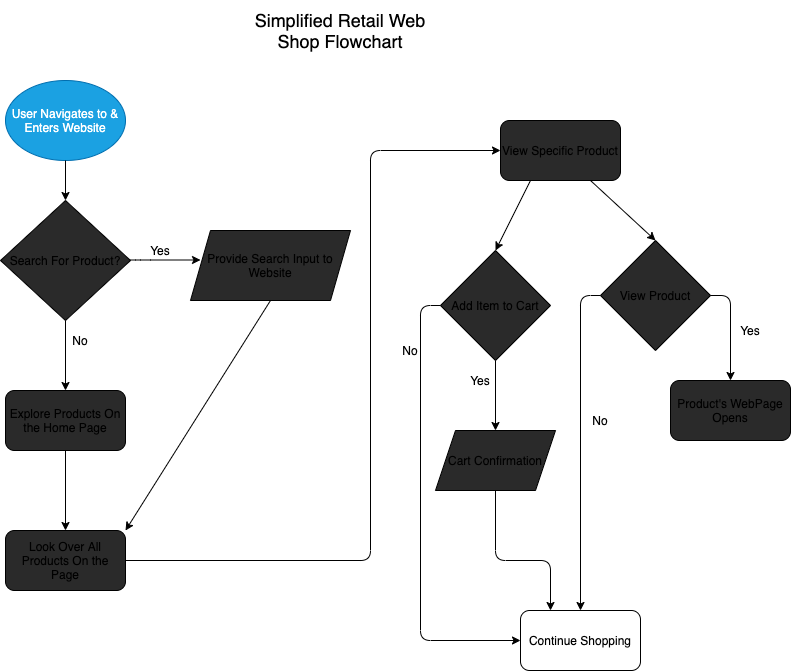
This is part2/part2.drawio.png from aksharans/sp21-cse110-lab4, a draw.io export, as it was before one commit. Source tidied: cells renumbered, new cells last; positions are measured from the earlier drawing's top-left corner, leaving out a move shared by most shapes.
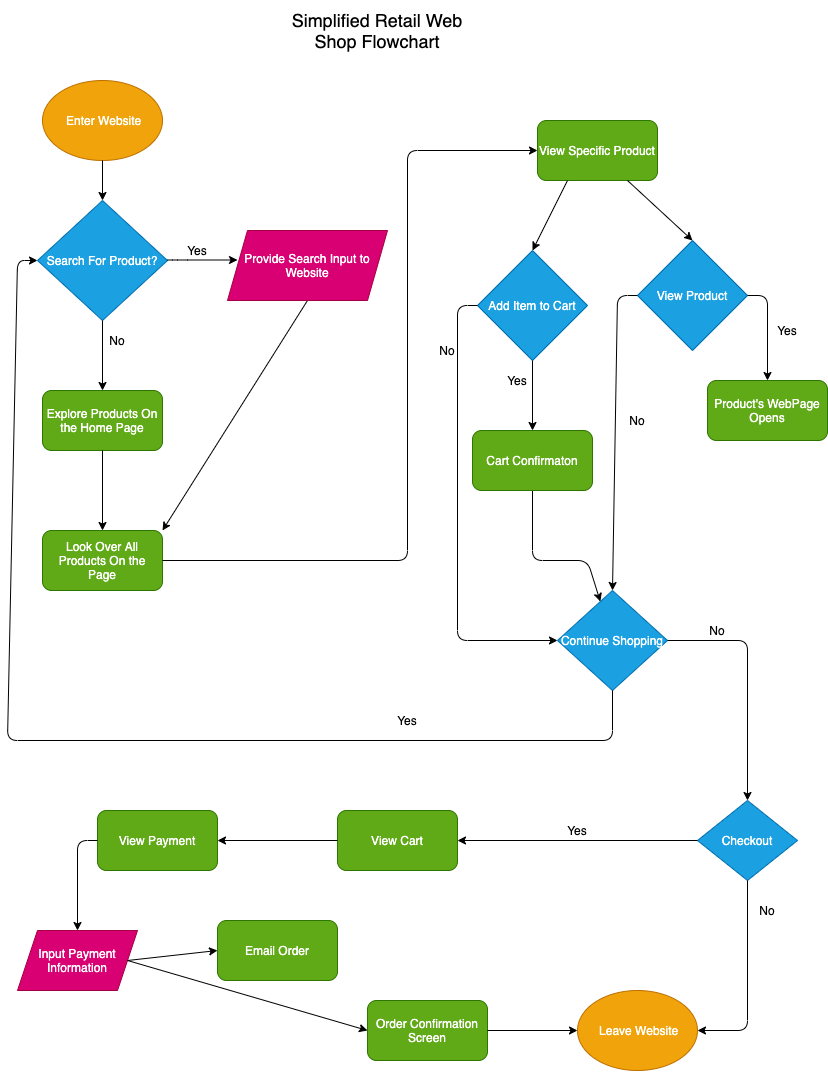
Later version of the same file.

Diff of the diagram source:
```diff
@@ -5,10 +5,10 @@
     <mxCell id="2" value="&lt;font style=&quot;font-size: 18px&quot; color=&quot;#000000&quot;&gt;Simplified Retail Web Shop Flowchart&lt;/font&gt;" style="text;html=1;strokeColor=none;fillColor=none;align=center;verticalAlign=middle;whiteSpace=wrap;rounded=0;" parent="1" vertex="1">
       <mxGeometry x="250" width="180" height="60" as="geometry" />
     </mxCell>
-    <mxCell id="3" value="User Navigates to &amp;amp; Enters Website" style="ellipse;whiteSpace=wrap;html=1;fillColor=#1ba1e2;strokeColor=#006EAF;fontColor=#ffffff;" parent="1" vertex="1">
+    <mxCell id="3" value="&amp;nbsp;Enter Website" style="ellipse;whiteSpace=wrap;html=1;fillColor=#f0a30a;strokeColor=#BD7000;fontColor=#ffffff;" parent="1" vertex="1">
       <mxGeometry x="5" y="80" width="120" height="80" as="geometry" />
     </mxCell>
-    <mxCell id="4" value="Search For Product?" style="rhombus;whiteSpace=wrap;html=1;fillColor=#2A2A2A;" parent="1" vertex="1">
+    <mxCell id="4" value="Search For Product?" style="rhombus;whiteSpace=wrap;html=1;fillColor=#1ba1e2;strokeColor=#006EAF;fontColor=#ffffff;" parent="1" vertex="1">
       <mxGeometry y="200" width="130" height="120" as="geometry" />
     </mxCell>
     <mxCell id="5" style="endArrow=classic;html=1;strokeColor=#000000;" parent="1" edge="1">
@@ -35,13 +35,13 @@
     <mxCell id="10" style="endArrow=classic;html=1;entryX=1;entryY=0;entryDx=0;entryDy=0;exitX=0.5;exitY=1;exitDx=0;exitDy=0;strokeColor=#000000;" parent="1" edge="1" source="13" target="11">
       <mxGeometry relative="1" as="geometry" />
     </mxCell>
-    <mxCell id="11" value="Look Over All Products On the Page" style="rounded=1;whiteSpace=wrap;html=1;fillColor=#2A2A2A;" parent="1" vertex="1">
+    <mxCell id="11" value="Look Over All Products On the Page" style="rounded=1;whiteSpace=wrap;html=1;fillColor=#60a917;strokeColor=#2D7600;fontColor=#ffffff;" parent="1" vertex="1">
       <mxGeometry x="5" y="530" width="120" height="60" as="geometry" />
     </mxCell>
-    <mxCell id="12" value="Explore Products On the Home Page" style="rounded=1;whiteSpace=wrap;html=1;fillColor=#2A2A2A;" parent="1" vertex="1">
+    <mxCell id="12" value="Explore Products On the Home Page" style="rounded=1;whiteSpace=wrap;html=1;fillColor=#60a917;strokeColor=#2D7600;fontColor=#ffffff;" parent="1" vertex="1">
       <mxGeometry x="5" y="390" width="120" height="60" as="geometry" />
     </mxCell>
-    <mxCell id="13" value="&lt;span&gt;Provide Search Input to Website&lt;/span&gt;" style="shape=parallelogram;perimeter=parallelogramPerimeter;whiteSpace=wrap;html=1;fixedSize=1;fillColor=#2A2A2A;" parent="1" vertex="1">
+    <mxCell id="13" value="&lt;span&gt;Provide Search Input to Website&lt;/span&gt;" style="shape=parallelogram;perimeter=parallelogramPerimeter;whiteSpace=wrap;html=1;fixedSize=1;fillColor=#d80073;strokeColor=#A50040;fontColor=#ffffff;" parent="1" vertex="1">
       <mxGeometry x="190" y="230" width="160" height="70" as="geometry" />
     </mxCell>
     <mxCell id="14" style="endArrow=classic;html=1;exitX=0.5;exitY=1;exitDx=0;exitDy=0;entryX=0.5;entryY=0;entryDx=0;entryDy=0;strokeColor=#000000;" parent="1" edge="1" source="12" target="11">
@@ -55,13 +55,13 @@
         </Array>
       </mxGeometry>
     </mxCell>
-    <mxCell id="16" value="View Specific Product" style="rounded=1;whiteSpace=wrap;html=1;fillColor=#2A2A2A;" parent="1" vertex="1">
+    <mxCell id="16" value="View Specific Product" style="rounded=1;whiteSpace=wrap;html=1;fillColor=#60a917;strokeColor=#2D7600;fontColor=#ffffff;" parent="1" vertex="1">
       <mxGeometry x="500" y="120" width="120" height="60" as="geometry" />
     </mxCell>
-    <mxCell id="17" value="Add Item to Cart" style="rhombus;whiteSpace=wrap;html=1;fillColor=#2A2A2A;" parent="1" vertex="1">
+    <mxCell id="17" value="Add Item to Cart" style="rhombus;whiteSpace=wrap;html=1;fillColor=#1ba1e2;strokeColor=#006EAF;fontColor=#ffffff;" parent="1" vertex="1">
       <mxGeometry x="440" y="250" width="110" height="110" as="geometry" />
     </mxCell>
-    <mxCell id="18" value="View Product" style="rhombus;whiteSpace=wrap;html=1;fillColor=#2A2A2A;" parent="1" vertex="1">
+    <mxCell id="18" value="View Product" style="rhombus;whiteSpace=wrap;html=1;fillColor=#1ba1e2;strokeColor=#006EAF;fontColor=#ffffff;" parent="1" vertex="1">
       <mxGeometry x="600" y="240" width="110" height="110" as="geometry" />
     </mxCell>
     <mxCell id="19" style="endArrow=classic;html=1;exitX=0.25;exitY=1;exitDx=0;exitDy=0;entryX=0.5;entryY=0;entryDx=0;entryDy=0;strokeColor=#000000;" parent="1" edge="1" source="16" target="17">
@@ -81,7 +81,7 @@
     <mxCell id="23" value="&lt;font color=&quot;#000000&quot;&gt;Yes&lt;/font&gt;" style="text;html=1;strokeColor=none;fillColor=none;align=center;verticalAlign=middle;whiteSpace=wrap;rounded=0;" parent="1" vertex="1">
       <mxGeometry x="460" y="370" width="40" height="20" as="geometry" />
     </mxCell>
-    <mxCell id="24" value="Product's WebPage Opens" style="rounded=1;whiteSpace=wrap;html=1;fillColor=#2A2A2A;" parent="1" vertex="1">
+    <mxCell id="24" value="Product's WebPage Opens" style="rounded=1;whiteSpace=wrap;html=1;fillColor=#60a917;strokeColor=#2D7600;fontColor=#ffffff;" parent="1" vertex="1">
       <mxGeometry x="670" y="380" width="120" height="60" as="geometry" />
     </mxCell>
     <mxCell id="25" style="endArrow=classic;html=1;exitX=1;exitY=0.5;exitDx=0;exitDy=0;entryX=0.5;entryY=0;entryDx=0;entryDy=0;strokeColor=#000000;" parent="1" edge="1" source="18" target="24">
@@ -97,20 +97,14 @@
     <mxCell id="27" value="&lt;font color=&quot;#000000&quot;&gt;No&lt;/font&gt;" style="text;html=1;strokeColor=none;fillColor=none;align=center;verticalAlign=middle;whiteSpace=wrap;rounded=0;" parent="1" vertex="1">
       <mxGeometry x="580" y="410" width="40" height="20" as="geometry" />
     </mxCell>
-    <mxCell id="28" style="endArrow=classic;html=1;exitX=0;exitY=0.5;exitDx=0;exitDy=0;strokeColor=#000000;" parent="1" edge="1" source="18" target="29">
+    <mxCell id="28" style="endArrow=classic;html=1;exitX=0;exitY=0.5;exitDx=0;exitDy=0;strokeColor=#000000;entryX=0.5;entryY=0;entryDx=0;entryDy=0;" parent="1" edge="1" source="18" target="29">
       <mxGeometry relative="1" as="geometry">
         <Array as="points">
           <mxPoint x="580" y="295" />
         </Array>
       </mxGeometry>
     </mxCell>
-    <mxCell id="29" value="Continue Shopping" style="rounded=1;whiteSpace=wrap;html=1;" parent="1" vertex="1">
-      <mxGeometry x="520" y="610" width="120" height="60" as="geometry" />
-    </mxCell>
-    <mxCell id="30" value="Cart Confirmation" style="shape=parallelogram;perimeter=parallelogramPerimeter;whiteSpace=wrap;html=1;fixedSize=1;fillColor=#2A2A2A;" parent="1" vertex="1">
-      <mxGeometry x="435" y="430" width="120" height="60" as="geometry" />
-    </mxCell>
-    <mxCell id="31" style="endArrow=classic;html=1;exitX=0;exitY=0.5;exitDx=0;exitDy=0;entryX=0;entryY=0.5;entryDx=0;entryDy=0;strokeColor=#000000;" parent="1" edge="1" source="17" target="29">
+    <mxCell id="31" style="endArrow=classic;html=1;exitX=0;exitY=0.5;exitDx=0;exitDy=0;strokeColor=#000000;entryX=0;entryY=0.5;entryDx=0;entryDy=0;" parent="1" edge="1" source="17" target="29">
       <mxGeometry relative="1" as="geometry">
         <Array as="points">
           <mxPoint x="420" y="305" />
@@ -118,7 +112,7 @@
         </Array>
       </mxGeometry>
     </mxCell>
-    <mxCell id="32" style="endArrow=classic;html=1;exitX=0.5;exitY=1;exitDx=0;exitDy=0;entryX=0.25;entryY=0;entryDx=0;entryDy=0;strokeColor=#000000;" parent="1" edge="1" source="30" target="29">
+    <mxCell id="32" style="endArrow=classic;html=1;strokeColor=#000000;exitX=0.5;exitY=1;exitDx=0;exitDy=0;" parent="1" edge="1" source="46" target="29">
       <mxGeometry relative="1" as="geometry">
         <Array as="points">
           <mxPoint x="495" y="560" />
@@ -126,5 +120,98 @@
         </Array>
       </mxGeometry>
     </mxCell>
+    <mxCell id="29" value="Continue Shopping" style="rhombus;whiteSpace=wrap;html=1;fillColor=#1ba1e2;strokeColor=#006EAF;fontColor=#ffffff;" parent="1" vertex="1">
+      <mxGeometry x="520" y="590" width="110" height="100" as="geometry" />
+    </mxCell>
+    <mxCell id="33" style="endArrow=classic;html=1;strokeColor=#000000;exitX=0.5;exitY=1;exitDx=0;exitDy=0;entryX=0;entryY=0.5;entryDx=0;entryDy=0;" parent="1" edge="1" source="29" target="4">
+      <mxGeometry relative="1" as="geometry">
+        <Array as="points">
+          <mxPoint x="575" y="740" />
+          <mxPoint x="-30" y="740" />
+          <mxPoint x="-20" y="260" />
+        </Array>
+      </mxGeometry>
+    </mxCell>
+    <mxCell id="34" value="&lt;font color=&quot;#000000&quot;&gt;Yes&lt;/font&gt;" style="text;html=1;strokeColor=none;fillColor=none;align=center;verticalAlign=middle;whiteSpace=wrap;rounded=0;" parent="1" vertex="1">
+      <mxGeometry x="350" y="710" width="40" height="20" as="geometry" />
+    </mxCell>
+    <mxCell id="35" style="endArrow=classic;html=1;strokeColor=#000000;exitX=1;exitY=0.5;exitDx=0;exitDy=0;entryX=0.5;entryY=0;entryDx=0;entryDy=0;" parent="1" edge="1" source="29" target="36">
+      <mxGeometry relative="1" as="geometry">
+        <Array as="points">
+          <mxPoint x="710" y="640" />
+        </Array>
+      </mxGeometry>
+    </mxCell>
+    <mxCell id="36" value="Checkout" style="rhombus;whiteSpace=wrap;html=1;fillColor=#1ba1e2;strokeColor=#006EAF;fontColor=#ffffff;" parent="1" vertex="1">
+      <mxGeometry x="660" y="800" width="100" height="80" as="geometry" />
+    </mxCell>
+    <mxCell id="37" value="&amp;nbsp;Leave Website" style="ellipse;whiteSpace=wrap;html=1;fillColor=#f0a30a;strokeColor=#BD7000;fontColor=#ffffff;" parent="1" vertex="1">
+      <mxGeometry x="540" y="990" width="120" height="80" as="geometry" />
+    </mxCell>
+    <mxCell id="38" style="endArrow=classic;html=1;strokeColor=#000000;exitX=0.5;exitY=1;exitDx=0;exitDy=0;entryX=1;entryY=0.5;entryDx=0;entryDy=0;" parent="1" edge="1" source="36" target="37">
+      <mxGeometry relative="1" as="geometry">
+        <Array as="points">
+          <mxPoint x="710" y="1030" />
+        </Array>
+      </mxGeometry>
+    </mxCell>
+    <mxCell id="39" value="&lt;font color=&quot;#000000&quot;&gt;No&lt;/font&gt;" style="text;html=1;strokeColor=none;fillColor=none;align=center;verticalAlign=middle;whiteSpace=wrap;rounded=0;" parent="1" vertex="1">
+      <mxGeometry x="710" y="900" width="40" height="20" as="geometry" />
+    </mxCell>
+    <mxCell id="40" style="endArrow=classic;html=1;strokeColor=#000000;exitX=0;exitY=0.5;exitDx=0;exitDy=0;" parent="1" edge="1" source="36">
+      <mxGeometry relative="1" as="geometry">
+        <mxPoint x="420" y="840" as="targetPoint" />
+      </mxGeometry>
+    </mxCell>
+    <mxCell id="41" value="&lt;font color=&quot;#000000&quot;&gt;Yes&lt;/font&gt;" style="text;html=1;strokeColor=none;fillColor=none;align=center;verticalAlign=middle;whiteSpace=wrap;rounded=0;" parent="1" vertex="1">
+      <mxGeometry x="520" y="820" width="40" height="20" as="geometry" />
+    </mxCell>
+    <mxCell id="42" value="View Cart" style="rounded=1;whiteSpace=wrap;html=1;fillColor=#60a917;strokeColor=#2D7600;fontColor=#ffffff;" parent="1" vertex="1">
+      <mxGeometry x="300" y="810" width="120" height="60" as="geometry" />
+    </mxCell>
+    <mxCell id="43" value="View Payment" style="rounded=1;whiteSpace=wrap;html=1;fillColor=#60a917;strokeColor=#2D7600;fontColor=#ffffff;" parent="1" vertex="1">
+      <mxGeometry x="60" y="810" width="120" height="60" as="geometry" />
+    </mxCell>
+    <mxCell id="44" style="endArrow=classic;html=1;strokeColor=#000000;exitX=0;exitY=0.5;exitDx=0;exitDy=0;entryX=1;entryY=0.5;entryDx=0;entryDy=0;" parent="1" edge="1" source="42" target="43">
+      <mxGeometry relative="1" as="geometry" />
+    </mxCell>
+    <mxCell id="45" value="Input Payment Information" style="shape=parallelogram;perimeter=parallelogramPerimeter;whiteSpace=wrap;html=1;fixedSize=1;fillColor=#d80073;strokeColor=#A50040;fontColor=#ffffff;" parent="1" vertex="1">
+      <mxGeometry x="-20" y="930" width="120" height="60" as="geometry" />
+    </mxCell>
+    <mxCell id="46" value="Cart Confirmaton" style="rounded=1;whiteSpace=wrap;html=1;fillColor=#60a917;strokeColor=#2D7600;fontColor=#ffffff;" parent="1" vertex="1">
+      <mxGeometry x="435" y="430" width="120" height="60" as="geometry" />
+    </mxCell>
+    <mxCell id="47" style="endArrow=classic;html=1;exitX=0.5;exitY=1;exitDx=0;exitDy=0;strokeColor=#000000;" parent="1" edge="1" target="46">
+      <mxGeometry relative="1" as="geometry">
+        <mxPoint x="495" y="490" as="sourcePoint" />
+      </mxGeometry>
+    </mxCell>
+    <mxCell id="48" style="endArrow=classic;html=1;strokeColor=#000000;exitX=0;exitY=0.5;exitDx=0;exitDy=0;entryX=0.5;entryY=0;entryDx=0;entryDy=0;" parent="1" edge="1" source="43" target="45">
+      <mxGeometry relative="1" as="geometry">
+        <Array as="points">
+          <mxPoint x="40" y="840" />
+        </Array>
+      </mxGeometry>
+    </mxCell>
+    <mxCell id="49" value="Order Confirmation Screen" style="rounded=1;whiteSpace=wrap;html=1;fillColor=#60a917;strokeColor=#2D7600;fontColor=#ffffff;" parent="1" vertex="1">
+      <mxGeometry x="330" y="1000" width="120" height="60" as="geometry" />
+    </mxCell>
+    <mxCell id="50" value="Email Order" style="rounded=1;whiteSpace=wrap;html=1;fillColor=#60a917;strokeColor=#2D7600;fontColor=#ffffff;" parent="1" vertex="1">
+      <mxGeometry x="180" y="920" width="120" height="60" as="geometry" />
+    </mxCell>
+    <mxCell id="51" style="endArrow=classic;html=1;strokeColor=#000000;exitX=1;exitY=0.5;exitDx=0;exitDy=0;entryX=0;entryY=0.5;entryDx=0;entryDy=0;" parent="1" edge="1" source="45" target="50">
+      <mxGeometry relative="1" as="geometry" />
+    </mxCell>
+    <mxCell id="52" style="endArrow=classic;html=1;strokeColor=#000000;entryX=0;entryY=0.5;entryDx=0;entryDy=0;" parent="1" edge="1" target="49">
+      <mxGeometry relative="1" as="geometry">
+        <mxPoint x="90" y="960" as="sourcePoint" />
+      </mxGeometry>
+    </mxCell>
+    <mxCell id="53" style="endArrow=classic;html=1;strokeColor=#000000;exitX=1;exitY=0.5;exitDx=0;exitDy=0;entryX=0;entryY=0.5;entryDx=0;entryDy=0;" parent="1" edge="1" source="49" target="37">
+      <mxGeometry relative="1" as="geometry" />
+    </mxCell>
+    <mxCell id="54" value="&lt;font color=&quot;#000000&quot;&gt;No&lt;/font&gt;" style="text;html=1;strokeColor=none;fillColor=none;align=center;verticalAlign=middle;whiteSpace=wrap;rounded=0;" parent="1" vertex="1">
+      <mxGeometry x="660" y="620" width="40" height="20" as="geometry" />
+    </mxCell>
   </root>
 </mxGraphModel>
```
